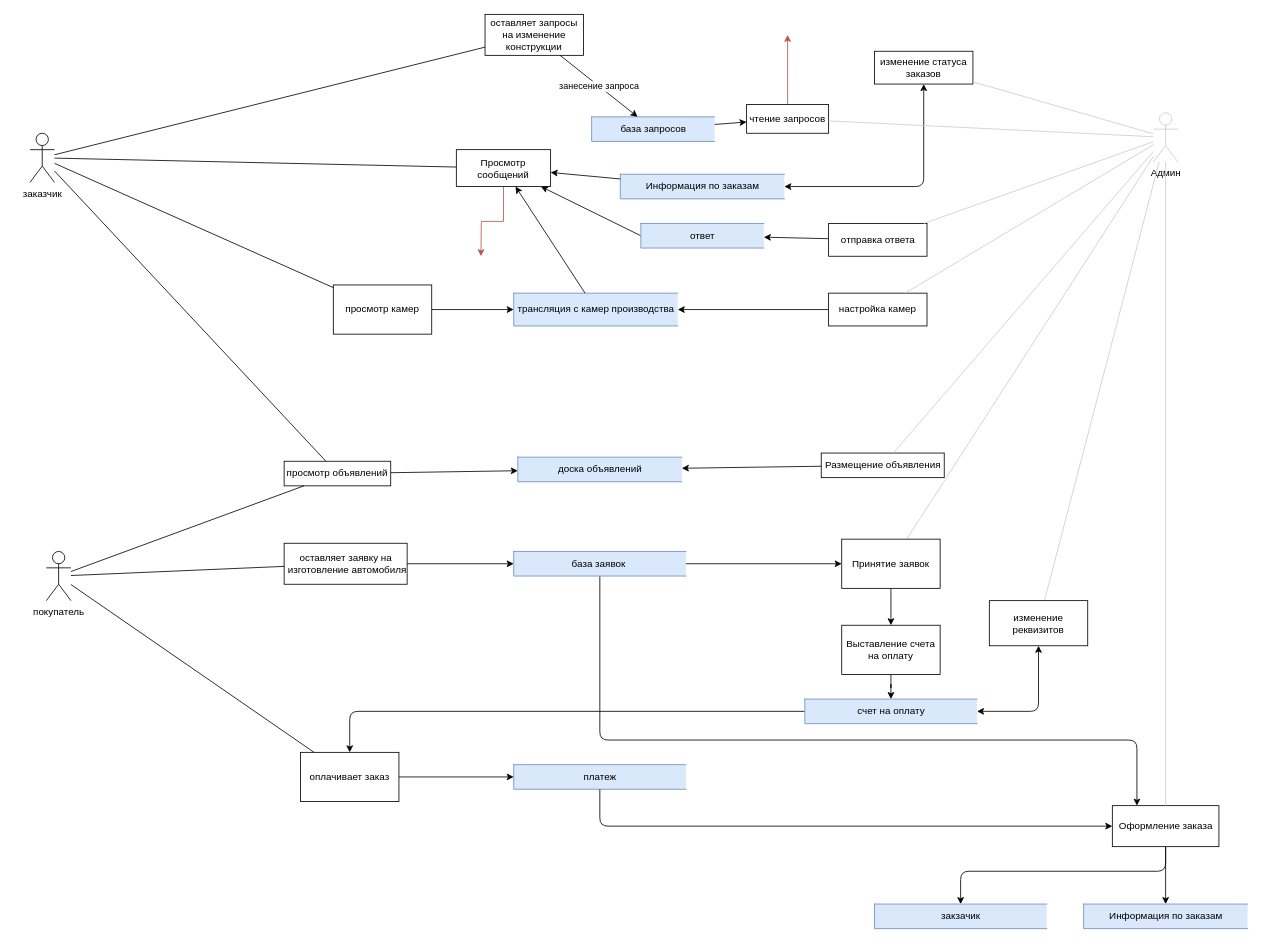
Earlier version of the draw.io diagram page "Page-1" (1 of 2) of DIAGRAMS/DFD.drawio (PashkoW/Repository1). Source tidied: cells renumbered, new cells numbered last; positions are measured from the earlier drawing's top-left corner, leaving out a move shared by most shapes. Both pictures are drawn from the tidied source at 82%, with x=0, y=0 at pixel (30, 14).
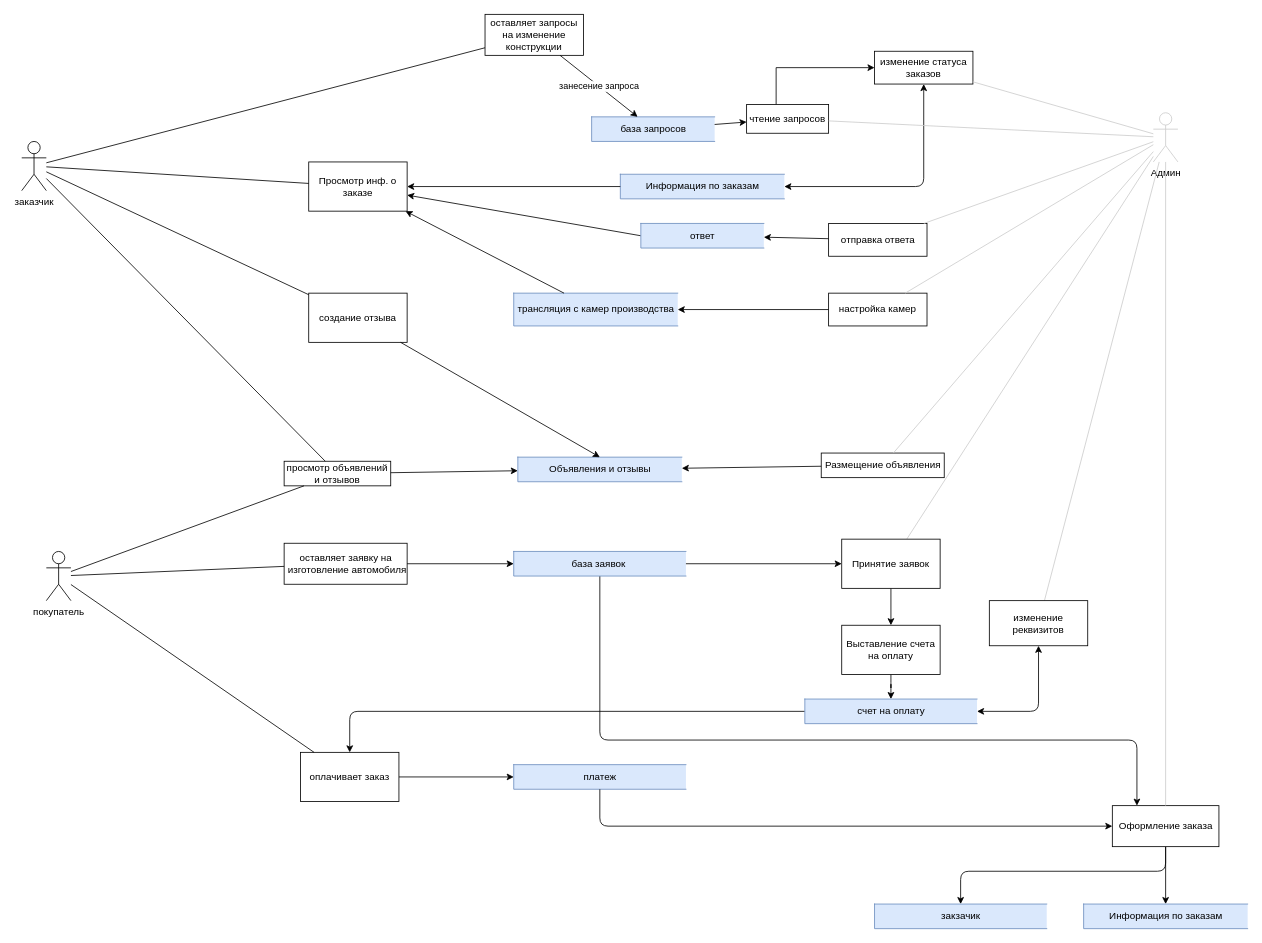
The same diagram, later.

Unchanged cells that the change refers to:
```xml
<mxCell id="11" value="Информация по заказам" style="html=1;dashed=0;whitespace=wrap;shape=partialRectangle;right=0;fillColor=#dae8fc;strokeColor=#6c8ebf;" parent="1" vertex="1">
  <mxGeometry x="720" y="195" width="200" height="30" as="geometry" />
</mxCell>
<mxCell id="13" value="чтение запросов" style="rounded=0;whiteSpace=wrap;html=1;" parent="1" vertex="1">
  <mxGeometry x="874" y="110" width="100" height="35" as="geometry" />
</mxCell>
<mxCell id="26" value="изменение статуса заказов" style="rounded=0;whiteSpace=wrap;html=1;" parent="1" vertex="1">
  <mxGeometry x="1030" y="45" width="120" height="40" as="geometry" />
</mxCell>
<mxCell id="30" value="трансляция с камер производства" style="html=1;dashed=0;whitespace=wrap;shape=partialRectangle;right=0;fillColor=#dae8fc;strokeColor=#6c8ebf;" parent="1" vertex="1">
  <mxGeometry x="590" y="340" width="200" height="40" as="geometry" />
</mxCell>
<mxCell id="69" value="ответ" style="html=1;dashed=0;whitespace=wrap;shape=partialRectangle;right=0;fillColor=#dae8fc;strokeColor=#6c8ebf;" parent="1" vertex="1">
  <mxGeometry x="745" y="255" width="150" height="30" as="geometry" />
</mxCell>
```

The edit, as a diff of the source:
```diff
@@
-    <mxCell id="5" value="заказчик" style="shape=umlActor;verticalLabelPosition=bottom;verticalAlign=top;html=1;outlineConnect=0;" parent="1" vertex="1">
-      <mxGeometry y="145" width="30" height="60" as="geometry" />
+    <mxCell id="5" value="заказчик" style="shape=umlActor;verticalLabelPosition=bottom;verticalAlign=top;html=1;outlineConnect=0;rotation=0;" parent="1" vertex="1">
+      <mxGeometry x="-10" y="155" width="30" height="60" as="geometry" />
     </mxCell>
@@
-    <mxCell id="12" style="edgeStyle=orthogonalEdgeStyle;rounded=0;jettySize=auto;html=1;fillColor=#f8cecc;strokeColor=#b85450;" parent="1" edge="1" source="13">
+    <mxCell id="12" style="edgeStyle=orthogonalEdgeStyle;rounded=0;jettySize=auto;html=1;fillColor=#f8cecc;strokeColor=#000000;" parent="1" edge="1" source="13" target="26">
       <mxGeometry relative="1" as="geometry">
-        <mxPoint x="924" y="25" as="targetPoint" />
+        <Array as="points">
+          <mxPoint x="910" y="65" />
+        </Array>
       </mxGeometry>
     </mxCell>
@@
-    <mxCell id="20" value="доска объявлений" style="html=1;dashed=0;whitespace=wrap;shape=partialRectangle;right=0;fillColor=#dae8fc;strokeColor=#6c8ebf;" parent="1" vertex="1">
+    <mxCell id="20" value="Объявления и отзывы" style="html=1;dashed=0;whitespace=wrap;shape=partialRectangle;right=0;fillColor=#dae8fc;strokeColor=#6c8ebf;" parent="1" vertex="1">
       <mxGeometry x="595" y="540" width="200" height="30" as="geometry" />
     </mxCell>
@@
-    <mxCell id="22" style="edgeStyle=orthogonalEdgeStyle;rounded=0;jettySize=auto;html=1;fillColor=#f8cecc;strokeColor=#b85450;" parent="1" edge="1" source="23">
-      <mxGeometry relative="1" as="geometry">
-        <mxPoint x="550" y="295" as="targetPoint" />
-      </mxGeometry>
-    </mxCell>
-    <mxCell id="23" value="Просмотр сообщений" style="rounded=0;whiteSpace=wrap;html=1;" parent="1" vertex="1">
-      <mxGeometry x="520" y="165" width="115" height="45" as="geometry" />
-    </mxCell>
-    <mxCell id="24" style="endArrow=none;html=1;endFill=0;" parent="1" edge="1" source="5" target="23">
-      <mxGeometry relative="1" as="geometry" />
-    </mxCell>
@@
-    <mxCell id="29" style="endArrow=classic;html=1;" parent="1" edge="1" source="11" target="23">
+    <mxCell id="29" style="endArrow=classic;html=1;" parent="1" edge="1" source="11" target="70">
       <mxGeometry relative="1" as="geometry" />
     </mxCell>
@@
-    <mxCell id="34" value="просмотр объявлений" style="rounded=0;whiteSpace=wrap;html=1;" parent="1" vertex="1">
+    <mxCell id="34" value="просмотр объявлений и отзывов" style="rounded=0;whiteSpace=wrap;html=1;" parent="1" vertex="1">
       <mxGeometry x="310" y="545" width="130" height="30" as="geometry" />
     </mxCell>
@@
-    <mxCell id="38" style="endArrow=classic;html=1;" parent="1" edge="1" source="30" target="23">
+    <mxCell id="38" style="endArrow=classic;html=1;" parent="1" edge="1" source="30" target="70">
       <mxGeometry relative="1" as="geometry" />
     </mxCell>
-    <mxCell id="39" value="просмотр камер" style="rounded=0;whiteSpace=wrap;html=1;" parent="1" vertex="1">
-      <mxGeometry x="370" y="330" width="120" height="60" as="geometry" />
-    </mxCell>
-    <mxCell id="40" style="endArrow=none;html=1;endFill=0;" parent="1" edge="1" source="5" target="39">
-      <mxGeometry relative="1" as="geometry" />
-    </mxCell>
-    <mxCell id="41" style="endArrow=classic;html=1;" parent="1" edge="1" source="39" target="30">
-      <mxGeometry relative="1" as="geometry" />
-    </mxCell>
@@
-    <mxCell id="68" style="jettySize=auto;html=1;startArrow=none;startFill=0;endArrow=classic;endFill=1;exitX=0;exitY=0.5;exitDx=0;exitDy=0;" parent="1" edge="1" source="69" target="23">
+    <mxCell id="68" style="jettySize=auto;html=1;startArrow=none;startFill=0;endArrow=classic;endFill=1;exitX=0;exitY=0.5;exitDx=0;exitDy=0;" parent="1" edge="1" source="69" target="70">
       <mxGeometry relative="1" as="geometry" />
     </mxCell>
@@
+    <mxCell id="70" value="Просмотр инф. о заказе" style="rounded=0;whiteSpace=wrap;html=1;" parent="1" vertex="1">
+      <mxGeometry x="340" y="180" width="120" height="60" as="geometry" />
+    </mxCell>
+    <mxCell id="71" value="создание отзыва" style="rounded=0;whiteSpace=wrap;html=1;" parent="1" vertex="1">
+      <mxGeometry x="340" y="340" width="120" height="60" as="geometry" />
+    </mxCell>
+    <mxCell id="72" style="endArrow=none;html=1;rounded=0;strokeColor=#000000;" parent="1" edge="1" source="71" target="5">
+      <mxGeometry relative="1" as="geometry" />
+    </mxCell>
+    <mxCell id="73" style="endArrow=none;html=1;rounded=0;strokeColor=#000000;" parent="1" edge="1" source="5" target="70">
+      <mxGeometry relative="1" as="geometry" />
+    </mxCell>
+    <mxCell id="74" style="endArrow=classic;html=1;rounded=0;strokeColor=#000000;entryX=0.5;entryY=0;entryDx=0;entryDy=0;" parent="1" edge="1" source="71" target="20">
+      <mxGeometry relative="1" as="geometry" />
+    </mxCell>
```
